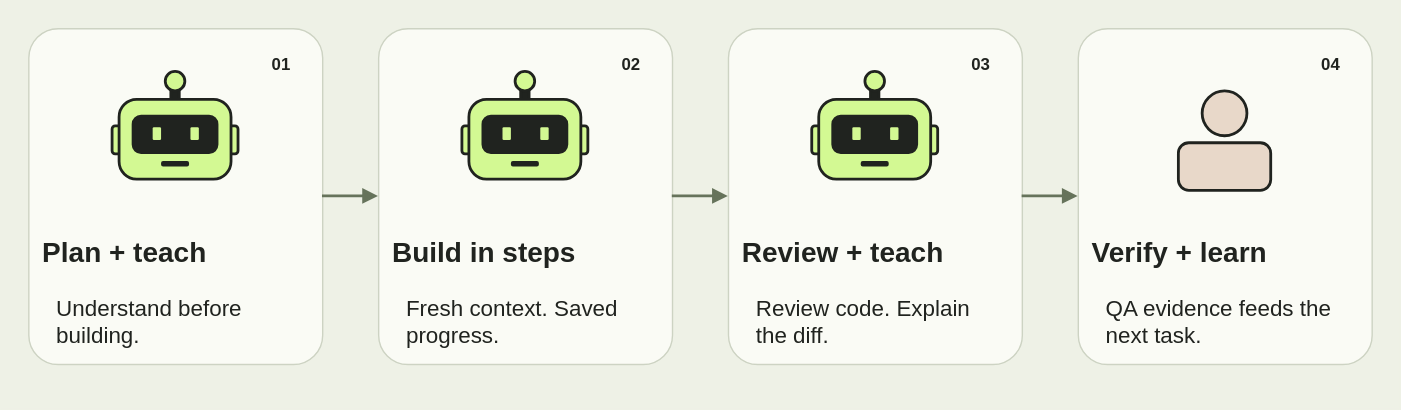
Before: images/agents/workflow.svg, a diagram exported from draw.io (youngfreezy/youngfreezy.github.io). Source tidied: cells renumbered, new cells last; positions are measured from the earlier drawing's top-left corner, leaving out a move shared by most shapes.
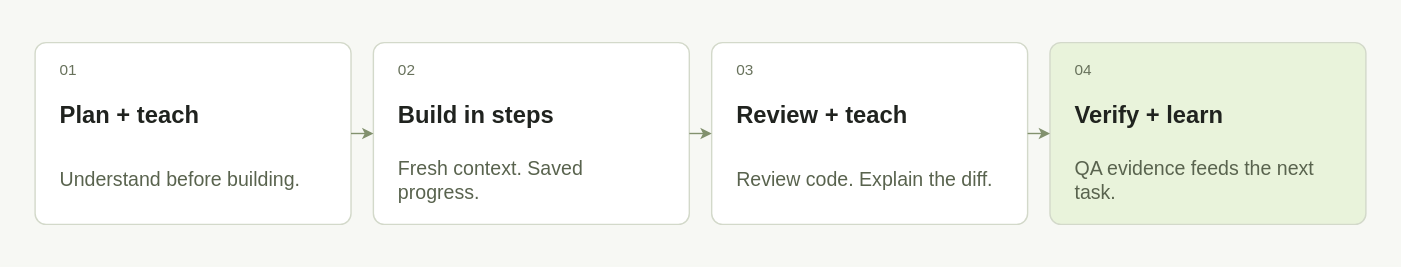
After the commit.

What changed in the source:
```diff
@@ -1,153 +1,66 @@
-<mxGraphModel background="#eef1e6">
+<mxGraphModel background="#f7f8f4">
   <root>
     <mxCell id="0" />
     <mxCell id="1" parent="0" />
-    <mxCell id="2" style="fillColor=#eef1e6;strokeColor=none;html=1;fontFamily=Helvetica;fontColor=#20231f;" parent="1" vertex="1">
-      <mxGeometry width="1000" height="292" as="geometry" />
-    </mxCell>
-    <mxCell id="3" style="rounded=1;arcSize=10;fillColor=#fafbf5;strokeColor=#cdd3c3;strokeWidth=1;html=1;fontFamily=Helvetica;fontColor=#20231f;" parent="1" vertex="1">
-      <mxGeometry x="20" y="20" width="210" height="240" as="geometry" />
-    </mxCell>
-    <mxCell id="4" style="rounded=1;arcSize=22;strokeWidth=2;strokeColor=#20231f;fillColor=#20231f;html=1;fontFamily=Helvetica;fontColor=#20231f;" parent="3" vertex="1">
-      <mxGeometry x="102" y="38" width="6" height="14" as="geometry" />
-    </mxCell>
-    <mxCell id="5" style="ellipse;fillColor=#d3f993;strokeColor=#20231f;strokeWidth=2;html=1;fontFamily=Helvetica;fontColor=#20231f;" parent="3" vertex="1">
-      <mxGeometry x="98" y="31" width="14" height="14" as="geometry" />
-    </mxCell>
-    <mxCell id="6" style="rounded=1;arcSize=22;strokeWidth=2;strokeColor=#20231f;fillColor=#d3f993;html=1;fontFamily=Helvetica;fontColor=#20231f;" parent="3" vertex="1">
-      <mxGeometry x="60" y="70" width="10" height="20" as="geometry" />
-    </mxCell>
-    <mxCell id="7" style="rounded=1;arcSize=22;strokeWidth=2;strokeColor=#20231f;fillColor=#d3f993;html=1;fontFamily=Helvetica;fontColor=#20231f;" parent="3" vertex="1">
-      <mxGeometry x="140" y="70" width="10" height="20" as="geometry" />
-    </mxCell>
-    <mxCell id="8" style="rounded=1;arcSize=22;strokeWidth=2;strokeColor=#20231f;fillColor=#d3f993;html=1;fontFamily=Helvetica;fontColor=#20231f;" parent="3" vertex="1">
-      <mxGeometry x="65" y="51" width="80" height="57" as="geometry" />
-    </mxCell>
-    <mxCell id="9" style="rounded=1;arcSize=22;strokeWidth=2;strokeColor=#20231f;fillColor=#20231f;html=1;fontFamily=Helvetica;fontColor=#20231f;" parent="3" vertex="1">
-      <mxGeometry x="75" y="63" width="60" height="26" as="geometry" />
-    </mxCell>
-    <mxCell id="10" style="rounded=1;fillColor=#d3f993;strokeColor=none;html=1;fontFamily=Helvetica;fontColor=#20231f;" parent="3" vertex="1">
-      <mxGeometry x="89" y="71" width="6" height="9" as="geometry" />
-    </mxCell>
-    <mxCell id="11" style="rounded=1;fillColor=#d3f993;strokeColor=none;html=1;fontFamily=Helvetica;fontColor=#20231f;" parent="3" vertex="1">
-      <mxGeometry x="116" y="71" width="6" height="9" as="geometry" />
-    </mxCell>
-    <mxCell id="12" style="rounded=1;arcSize=22;strokeWidth=2;strokeColor=#20231f;fillColor=#20231f;html=1;fontFamily=Helvetica;fontColor=#20231f;" parent="3" vertex="1">
-      <mxGeometry x="96" y="96" width="18" height="2" as="geometry" />
-    </mxCell>
+    <mxCell id="51" style="html=1;fontFamily=Helvetica;fillColor=#f7f8f4;strokeColor=none;" parent="1" vertex="1">
+      <mxGeometry width="1000" height="190" as="geometry" />
+    </mxCell>
+    <mxCell id="52" style="html=1;fontFamily=Helvetica;rounded=1;arcSize=6;fillColor=#ffffff;strokeColor=#d3d9ca;" parent="51" vertex="1">
+      <mxGeometry x="24" y="30" width="226" height="130" as="geometry" />
+    </mxCell>
-    <mxCell id="13" value="01" style="text;strokeColor=none;fillColor=none;fontSize=12;fontStyle=1;html=1;fontFamily=Helvetica;fontColor=#20231f;" parent="3" vertex="1">
-      <mxGeometry x="172" y="12" width="24" height="22" as="geometry" />
+    <mxCell id="13" value="01" style="html=1;fontFamily=Helvetica;text;whiteSpace=wrap;align=left;verticalAlign=middle;fillColor=none;strokeColor=none;fontSize=11;fontColor=#68725c;" parent="52" vertex="1">
+      <mxGeometry x="16" y="12" width="194" height="16" as="geometry" />
     </mxCell>
-    <mxCell id="14" value="Plan + teach" style="text;strokeColor=none;fillColor=none;fontSize=20;fontStyle=1;html=1;fontFamily=Helvetica;fontColor=#20231f;" parent="3" vertex="1">
-      <mxGeometry x="8" y="141" width="194" height="36" as="geometry" />
+    <mxCell id="14" value="Plan + teach" style="html=1;fontFamily=Helvetica;text;whiteSpace=wrap;align=left;verticalAlign=middle;fillColor=none;strokeColor=none;fontSize=17;fontColor=#20231f;fontStyle=1;" parent="52" vertex="1">
+      <mxGeometry x="16" y="34" width="194" height="38" as="geometry" />
     </mxCell>
-    <mxCell id="15" value="Understand before building." style="text;whiteSpace=wrap;strokeColor=none;fillColor=none;fontSize=16;html=1;fontFamily=Helvetica;fontColor=#20231f;" parent="3" vertex="1">
-      <mxGeometry x="18" y="184" width="174" height="40" as="geometry" />
+    <mxCell id="15" value="Understand before building." style="html=1;fontFamily=Helvetica;text;whiteSpace=wrap;align=left;verticalAlign=middle;fillColor=none;strokeColor=none;fontSize=14;fontColor=#59634e;" parent="52" vertex="1">
+      <mxGeometry x="16" y="80" width="194" height="36" as="geometry" />
     </mxCell>
-    <mxCell id="16" style="rounded=1;arcSize=10;fillColor=#fafbf5;strokeColor=#cdd3c3;strokeWidth=1;html=1;fontFamily=Helvetica;fontColor=#20231f;" parent="1" vertex="1">
-      <mxGeometry x="270" y="20" width="210" height="240" as="geometry" />
-    </mxCell>
-    <mxCell id="17" style="rounded=1;arcSize=22;strokeWidth=2;strokeColor=#20231f;fillColor=#20231f;html=1;fontFamily=Helvetica;fontColor=#20231f;" parent="16" vertex="1">
-      <mxGeometry x="102" y="38" width="6" height="14" as="geometry" />
-    </mxCell>
-    <mxCell id="18" style="ellipse;fillColor=#d3f993;strokeColor=#20231f;strokeWidth=2;html=1;fontFamily=Helvetica;fontColor=#20231f;" parent="16" vertex="1">
-      <mxGeometry x="98" y="31" width="14" height="14" as="geometry" />
-    </mxCell>
-    <mxCell id="19" style="rounded=1;arcSize=22;strokeWidth=2;strokeColor=#20231f;fillColor=#d3f993;html=1;fontFamily=Helvetica;fontColor=#20231f;" parent="16" vertex="1">
-      <mxGeometry x="60" y="70" width="10" height="20" as="geometry" />
-    </mxCell>
-    <mxCell id="20" style="rounded=1;arcSize=22;strokeWidth=2;strokeColor=#20231f;fillColor=#d3f993;html=1;fontFamily=Helvetica;fontColor=#20231f;" parent="16" vertex="1">
-      <mxGeometry x="140" y="70" width="10" height="20" as="geometry" />
-    </mxCell>
-    <mxCell id="21" style="rounded=1;arcSize=22;strokeWidth=2;strokeColor=#20231f;fillColor=#d3f993;html=1;fontFamily=Helvetica;fontColor=#20231f;" parent="16" vertex="1">
-      <mxGeometry x="65" y="51" width="80" height="57" as="geometry" />
-    </mxCell>
-    <mxCell id="22" style="rounded=1;arcSize=22;strokeWidth=2;strokeColor=#20231f;fillColor=#20231f;html=1;fontFamily=Helvetica;fontColor=#20231f;" parent="16" vertex="1">
-      <mxGeometry x="75" y="63" width="60" height="26" as="geometry" />
-    </mxCell>
-    <mxCell id="23" style="rounded=1;fillColor=#d3f993;strokeColor=none;html=1;fontFamily=Helvetica;fontColor=#20231f;" parent="16" vertex="1">
-      <mxGeometry x="89" y="71" width="6" height="9" as="geometry" />
-    </mxCell>
-    <mxCell id="24" style="rounded=1;fillColor=#d3f993;strokeColor=none;html=1;fontFamily=Helvetica;fontColor=#20231f;" parent="16" vertex="1">
-      <mxGeometry x="116" y="71" width="6" height="9" as="geometry" />
-    </mxCell>
-    <mxCell id="25" style="rounded=1;arcSize=22;strokeWidth=2;strokeColor=#20231f;fillColor=#20231f;html=1;fontFamily=Helvetica;fontColor=#20231f;" parent="16" vertex="1">
-      <mxGeometry x="96" y="96" width="18" height="2" as="geometry" />
-    </mxCell>
+    <mxCell id="53" style="html=1;fontFamily=Helvetica;rounded=1;arcSize=6;fillColor=#ffffff;strokeColor=#d3d9ca;" parent="51" vertex="1">
+      <mxGeometry x="266" y="30" width="226" height="130" as="geometry" />
+    </mxCell>
-    <mxCell id="26" value="02" style="text;strokeColor=none;fillColor=none;fontSize=12;fontStyle=1;html=1;fontFamily=Helvetica;fontColor=#20231f;" parent="16" vertex="1">
-      <mxGeometry x="172" y="12" width="24" height="22" as="geometry" />
+    <mxCell id="26" value="02" style="html=1;fontFamily=Helvetica;text;whiteSpace=wrap;align=left;verticalAlign=middle;fillColor=none;strokeColor=none;fontSize=11;fontColor=#68725c;" parent="53" vertex="1">
+      <mxGeometry x="16" y="12" width="194" height="16" as="geometry" />
     </mxCell>
-    <mxCell id="27" value="Build in steps" style="text;strokeColor=none;fillColor=none;fontSize=20;fontStyle=1;html=1;fontFamily=Helvetica;fontColor=#20231f;" parent="16" vertex="1">
-      <mxGeometry x="8" y="141" width="194" height="36" as="geometry" />
+    <mxCell id="27" value="Build in steps" style="html=1;fontFamily=Helvetica;text;whiteSpace=wrap;align=left;verticalAlign=middle;fillColor=none;strokeColor=none;fontSize=17;fontColor=#20231f;fontStyle=1;" parent="53" vertex="1">
+      <mxGeometry x="16" y="34" width="194" height="38" as="geometry" />
     </mxCell>
-    <mxCell id="28" value="Fresh context. Saved progress." style="text;whiteSpace=wrap;strokeColor=none;fillColor=none;fontSize=16;html=1;fontFamily=Helvetica;fontColor=#20231f;" parent="16" vertex="1">
-      <mxGeometry x="18" y="184" width="174" height="40" as="geometry" />
+    <mxCell id="28" value="Fresh context. Saved progress." style="html=1;fontFamily=Helvetica;text;whiteSpace=wrap;align=left;verticalAlign=middle;fillColor=none;strokeColor=none;fontSize=14;fontColor=#59634e;" parent="53" vertex="1">
+      <mxGeometry x="16" y="80" width="194" height="36" as="geometry" />
     </mxCell>
-    <mxCell id="29" style="rounded=1;arcSize=10;fillColor=#fafbf5;strokeColor=#cdd3c3;strokeWidth=1;html=1;fontFamily=Helvetica;fontColor=#20231f;" parent="1" vertex="1">
-      <mxGeometry x="520" y="20" width="210" height="240" as="geometry" />
-    </mxCell>
-    <mxCell id="30" style="rounded=1;arcSize=22;strokeWidth=2;strokeColor=#20231f;fillColor=#20231f;html=1;fontFamily=Helvetica;fontColor=#20231f;" parent="29" vertex="1">
-      <mxGeometry x="102" y="38" width="6" height="14" as="geometry" />
-    </mxCell>
-    <mxCell id="31" style="ellipse;fillColor=#d3f993;strokeColor=#20231f;strokeWidth=2;html=1;fontFamily=Helvetica;fontColor=#20231f;" parent="29" vertex="1">
-      <mxGeometry x="98" y="31" width="14" height="14" as="geometry" />
-    </mxCell>
-    <mxCell id="32" style="rounded=1;arcSize=22;strokeWidth=2;strokeColor=#20231f;fillColor=#d3f993;html=1;fontFamily=Helvetica;fontColor=#20231f;" parent="29" vertex="1">
-      <mxGeometry x="60" y="70" width="10" height="20" as="geometry" />
-    </mxCell>
-    <mxCell id="33" style="rounded=1;arcSize=22;strokeWidth=2;strokeColor=#20231f;fillColor=#d3f993;html=1;fontFamily=Helvetica;fontColor=#20231f;" parent="29" vertex="1">
-      <mxGeometry x="140" y="70" width="10" height="20" as="geometry" />
-    </mxCell>
-    <mxCell id="34" style="rounded=1;arcSize=22;strokeWidth=2;strokeColor=#20231f;fillColor=#d3f993;html=1;fontFamily=Helvetica;fontColor=#20231f;" parent="29" vertex="1">
-      <mxGeometry x="65" y="51" width="80" height="57" as="geometry" />
-    </mxCell>
-    <mxCell id="35" style="rounded=1;arcSize=22;strokeWidth=2;strokeColor=#20231f;fillColor=#20231f;html=1;fontFamily=Helvetica;fontColor=#20231f;" parent="29" vertex="1">
-      <mxGeometry x="75" y="63" width="60" height="26" as="geometry" />
-    </mxCell>
-    <mxCell id="36" style="rounded=1;fillColor=#d3f993;strokeColor=none;html=1;fontFamily=Helvetica;fontColor=#20231f;" parent="29" vertex="1">
-      <mxGeometry x="89" y="71" width="6" height="9" as="geometry" />
-    </mxCell>
-    <mxCell id="37" style="rounded=1;fillColor=#d3f993;strokeColor=none;html=1;fontFamily=Helvetica;fontColor=#20231f;" parent="29" vertex="1">
-      <mxGeometry x="116" y="71" width="6" height="9" as="geometry" />
-    </mxCell>
-    <mxCell id="38" style="rounded=1;arcSize=22;strokeWidth=2;strokeColor=#20231f;fillColor=#20231f;html=1;fontFamily=Helvetica;fontColor=#20231f;" parent="29" vertex="1">
-      <mxGeometry x="96" y="96" width="18" height="2" as="geometry" />
-    </mxCell>
+    <mxCell id="54" style="edgeStyle=orthogonalEdgeStyle;rounded=1;jettySize=auto;strokeColor=#82916e;strokeWidth=1;endArrow=classic;endSize=5;exitX=1;exitY=.5;entryX=0;entryY=.5;" parent="51" edge="1" source="52" target="53">
+      <mxGeometry relative="1" as="geometry" />
+    </mxCell>
+    <mxCell id="55" style="html=1;fontFamily=Helvetica;rounded=1;arcSize=6;fillColor=#ffffff;strokeColor=#d3d9ca;" parent="51" vertex="1">
+      <mxGeometry x="508" y="30" width="226" height="130" as="geometry" />
+    </mxCell>
-    <mxCell id="39" value="03" style="text;strokeColor=none;fillColor=none;fontSize=12;fontStyle=1;html=1;fontFamily=Helvetica;fontColor=#20231f;" parent="29" vertex="1">
-      <mxGeometry x="172" y="12" width="24" height="22" as="geometry" />
+    <mxCell id="39" value="03" style="html=1;fontFamily=Helvetica;text;whiteSpace=wrap;align=left;verticalAlign=middle;fillColor=none;strokeColor=none;fontSize=11;fontColor=#68725c;" parent="55" vertex="1">
+      <mxGeometry x="16" y="12" width="194" height="16" as="geometry" />
     </mxCell>
-    <mxCell id="40" value="Review + teach" style="text;strokeColor=none;fillColor=none;fontSize=20;fontStyle=1;html=1;fontFamily=Helvetica;fontColor=#20231f;" parent="29" vertex="1">
-      <mxGeometry x="8" y="141" width="194" height="36" as="geometry" />
+    <mxCell id="40" value="Review + teach" style="html=1;fontFamily=Helvetica;text;whiteSpace=wrap;align=left;verticalAlign=middle;fillColor=none;strokeColor=none;fontSize=17;fontColor=#20231f;fontStyle=1;" parent="55" vertex="1">
+      <mxGeometry x="16" y="34" width="194" height="38" as="geometry" />
     </mxCell>
-    <mxCell id="41" value="Review code. Explain the diff." style="text;whiteSpace=wrap;strokeColor=none;fillColor=none;fontSize=16;html=1;fontFamily=Helvetica;fontColor=#20231f;" parent="29" vertex="1">
-      <mxGeometry x="18" y="184" width="174" height="40" as="geometry" />
+    <mxCell id="41" value="Review code. Explain the diff." style="html=1;fontFamily=Helvetica;text;whiteSpace=wrap;align=left;verticalAlign=middle;fillColor=none;strokeColor=none;fontSize=14;fontColor=#59634e;" parent="55" vertex="1">
+      <mxGeometry x="16" y="80" width="194" height="36" as="geometry" />
     </mxCell>
-    <mxCell id="42" style="rounded=1;arcSize=10;fillColor=#fafbf5;strokeColor=#cdd3c3;strokeWidth=1;html=1;fontFamily=Helvetica;fontColor=#20231f;" parent="1" vertex="1">
-      <mxGeometry x="770" y="20" width="210" height="240" as="geometry" />
-    </mxCell>
-    <mxCell id="43" style="ellipse;fillColor=#e8d8c9;strokeColor=#20231f;strokeWidth=2;html=1;fontFamily=Helvetica;fontColor=#20231f;" parent="42" vertex="1">
-      <mxGeometry x="89" y="45" width="32" height="32" as="geometry" />
-    </mxCell>
-    <mxCell id="44" style="rounded=1;arcSize=22;strokeWidth=2;strokeColor=#20231f;fillColor=#e8d8c9;html=1;fontFamily=Helvetica;fontColor=#20231f;" parent="42" vertex="1">
-      <mxGeometry x="72" y="82" width="66" height="34" as="geometry" />
-    </mxCell>
+    <mxCell id="56" style="edgeStyle=orthogonalEdgeStyle;rounded=1;jettySize=auto;strokeColor=#82916e;strokeWidth=1;endArrow=classic;endSize=5;exitX=1;exitY=.5;entryX=0;entryY=.5;" parent="51" edge="1" source="53" target="55">
+      <mxGeometry relative="1" as="geometry" />
+    </mxCell>
+    <mxCell id="57" style="html=1;fontFamily=Helvetica;rounded=1;arcSize=6;fillColor=#e9f3db;strokeColor=#d3d9ca;" parent="51" vertex="1">
+      <mxGeometry x="750" y="30" width="226" height="130" as="geometry" />
+    </mxCell>
-    <mxCell id="45" value="04" style="text;strokeColor=none;fillColor=none;fontSize=12;fontStyle=1;html=1;fontFamily=Helvetica;fontColor=#20231f;" parent="42" vertex="1">
-      <mxGeometry x="172" y="12" width="24" height="22" as="geometry" />
+    <mxCell id="45" value="04" style="html=1;fontFamily=Helvetica;text;whiteSpace=wrap;align=left;verticalAlign=middle;fillColor=none;strokeColor=none;fontSize=11;fontColor=#68725c;" parent="57" vertex="1">
+      <mxGeometry x="16" y="12" width="194" height="16" as="geometry" />
     </mxCell>
-    <mxCell id="46" value="Verify + learn" style="text;strokeColor=none;fillColor=none;fontSize=20;fontStyle=1;html=1;fontFamily=Helvetica;fontColor=#20231f;" parent="42" vertex="1">
-      <mxGeometry x="8" y="141" width="194" height="36" as="geometry" />
+    <mxCell id="46" value="Verify + learn" style="html=1;fontFamily=Helvetica;text;whiteSpace=wrap;align=left;verticalAlign=middle;fillColor=none;strokeColor=none;fontSize=17;fontColor=#20231f;fontStyle=1;" parent="57" vertex="1">
+      <mxGeometry x="16" y="34" width="194" height="38" as="geometry" />
     </mxCell>
-    <mxCell id="47" value="QA evidence feeds the next task." style="text;whiteSpace=wrap;strokeColor=none;fillColor=none;fontSize=16;html=1;fontFamily=Helvetica;fontColor=#20231f;" parent="42" vertex="1">
-      <mxGeometry x="18" y="184" width="174" height="40" as="geometry" />
+    <mxCell id="47" value="QA evidence feeds the next task." style="html=1;fontFamily=Helvetica;text;whiteSpace=wrap;align=left;verticalAlign=middle;fillColor=none;strokeColor=none;fontSize=14;fontColor=#59634e;" parent="57" vertex="1">
+      <mxGeometry x="16" y="80" width="194" height="36" as="geometry" />
     </mxCell>
-    <mxCell id="48" style="edgeStyle=orthogonalEdgeStyle;rounded=1;jettySize=auto;strokeColor=#66735b;strokeWidth=2;endArrow=block;endFill=1;exitX=1;exitY=0.5;entryX=0;entryY=0.5;" parent="1" edge="1" source="3" target="16">
-      <mxGeometry relative="1" as="geometry" />
-    </mxCell>
-    <mxCell id="49" style="edgeStyle=orthogonalEdgeStyle;rounded=1;jettySize=auto;strokeColor=#66735b;strokeWidth=2;endArrow=block;endFill=1;exitX=1;exitY=0.5;entryX=0;entryY=0.5;" parent="1" edge="1" source="16" target="29">
-      <mxGeometry relative="1" as="geometry" />
-    </mxCell>
-    <mxCell id="50" style="edgeStyle=orthogonalEdgeStyle;rounded=1;jettySize=auto;strokeColor=#66735b;strokeWidth=2;endArrow=block;endFill=1;exitX=1;exitY=0.5;entryX=0;entryY=0.5;" parent="1" edge="1" source="29" target="42">
-      <mxGeometry relative="1" as="geometry" />
-    </mxCell>
+    <mxCell id="58" style="edgeStyle=orthogonalEdgeStyle;rounded=1;jettySize=auto;strokeColor=#82916e;strokeWidth=1;endArrow=classic;endSize=5;exitX=1;exitY=.5;entryX=0;entryY=.5;" parent="51" edge="1" source="55" target="57">
+      <mxGeometry relative="1" as="geometry" />
+    </mxCell>
   </root>
 </mxGraphModel>
```
